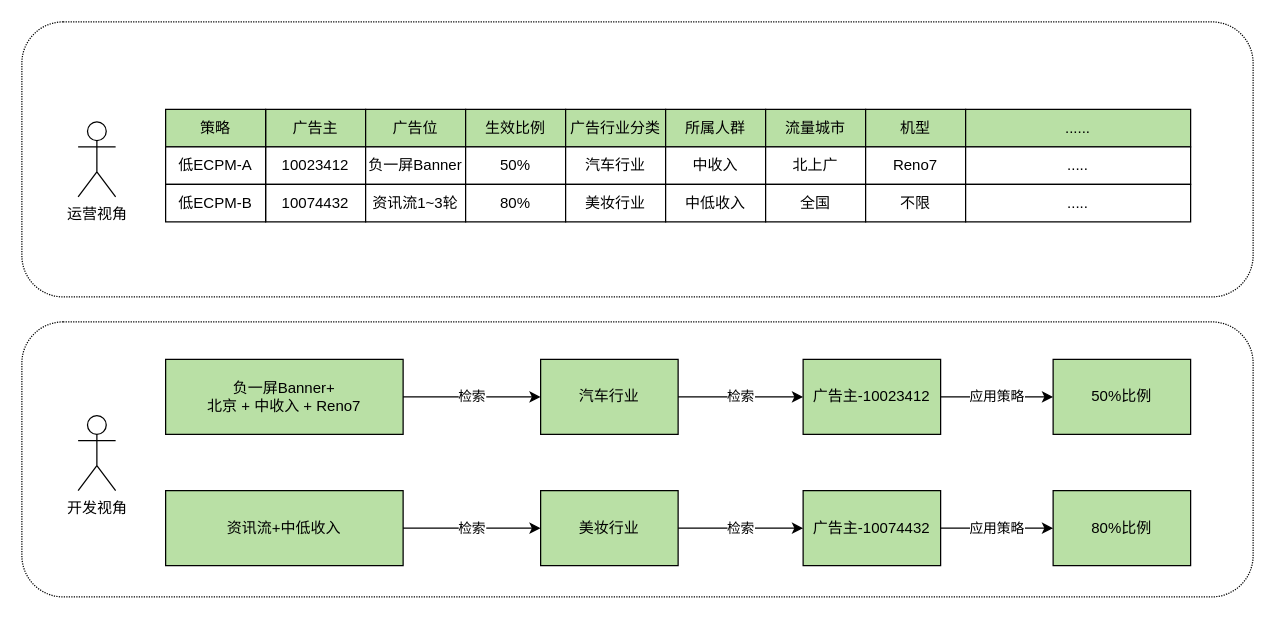
This is universal-engine/configuration_perspective.drawio from karlchan-cn/drawio-repository, a draw.io file, before an edit. Source tidied: cells renumbered, new cells numbered last; positions are measured from the earlier drawing's top-left corner, leaving out a move shared by most shapes. Both pictures are drawn from the tidied source at 125%, with x=0, y=0 at pixel (21, 21).
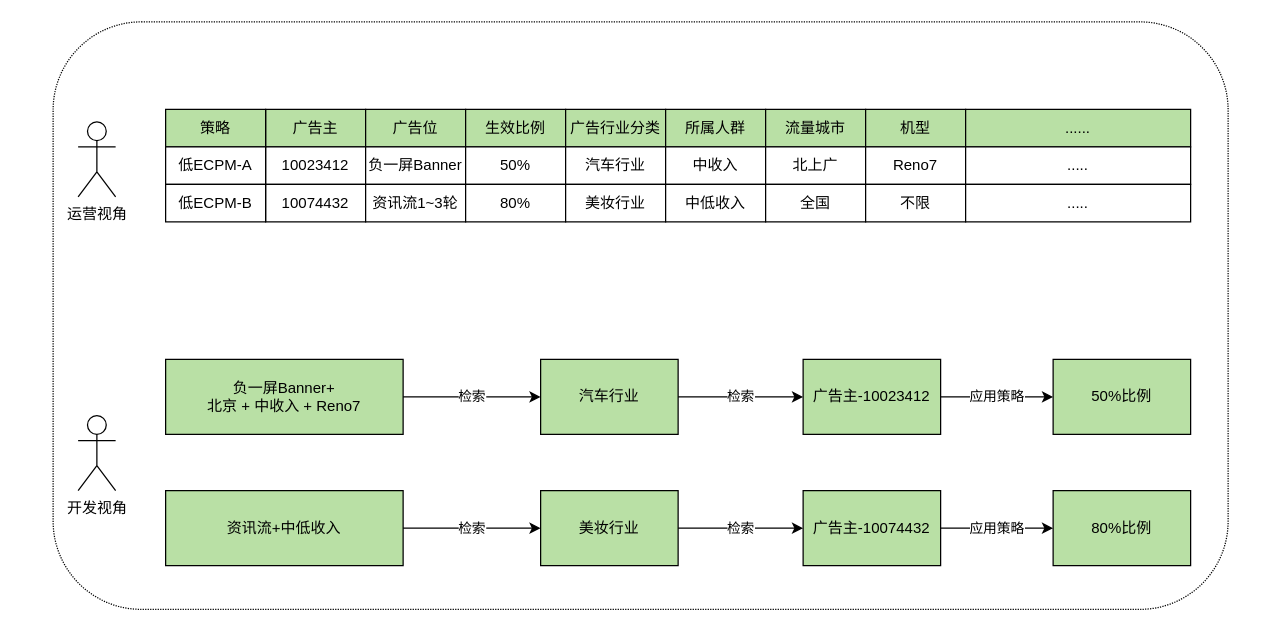
After the change.

What changed in the source:
```diff
@@
-    <mxCell id="45" style="rounded=1;whiteSpace=wrap;html=1;fillColor=none;dashed=1;dashPattern=1 1;" parent="1" vertex="1">
-      <mxGeometry y="240" width="985" height="220" as="geometry" />
-    </mxCell>
     <mxCell id="46" style="rounded=1;whiteSpace=wrap;html=1;fillColor=none;dashed=1;dashPattern=1 1;" parent="1" vertex="1">
-      <mxGeometry width="985" height="220" as="geometry" />
+      <mxGeometry x="25" width="940" height="470" as="geometry" />
     </mxCell>
```
